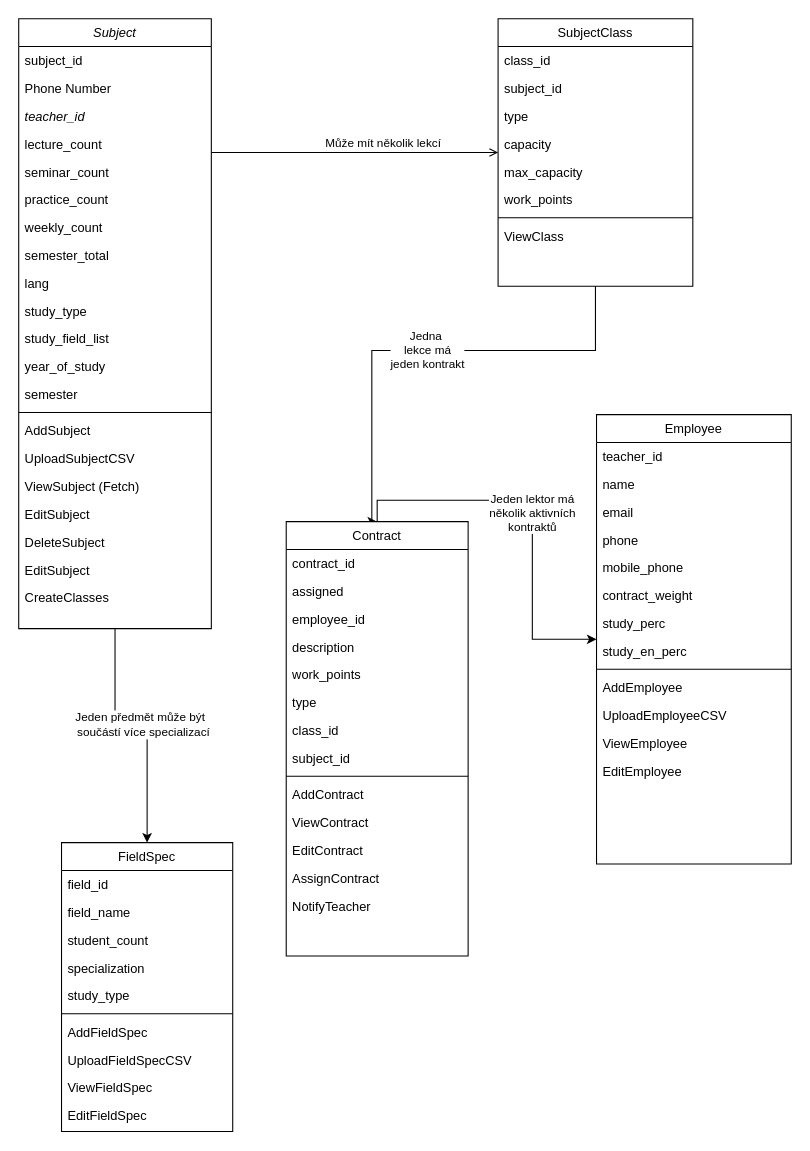
Earlier version of the draw.io diagram preparation/UTBproject.drawio (zisito/utbpo). Source tidied: cells renumbered, new cells numbered last; positions are measured from the earlier drawing's top-left corner, leaving out a move shared by most shapes. Both pictures are drawn from the tidied source at 107%, with x=0, y=0 at pixel (18, 18).
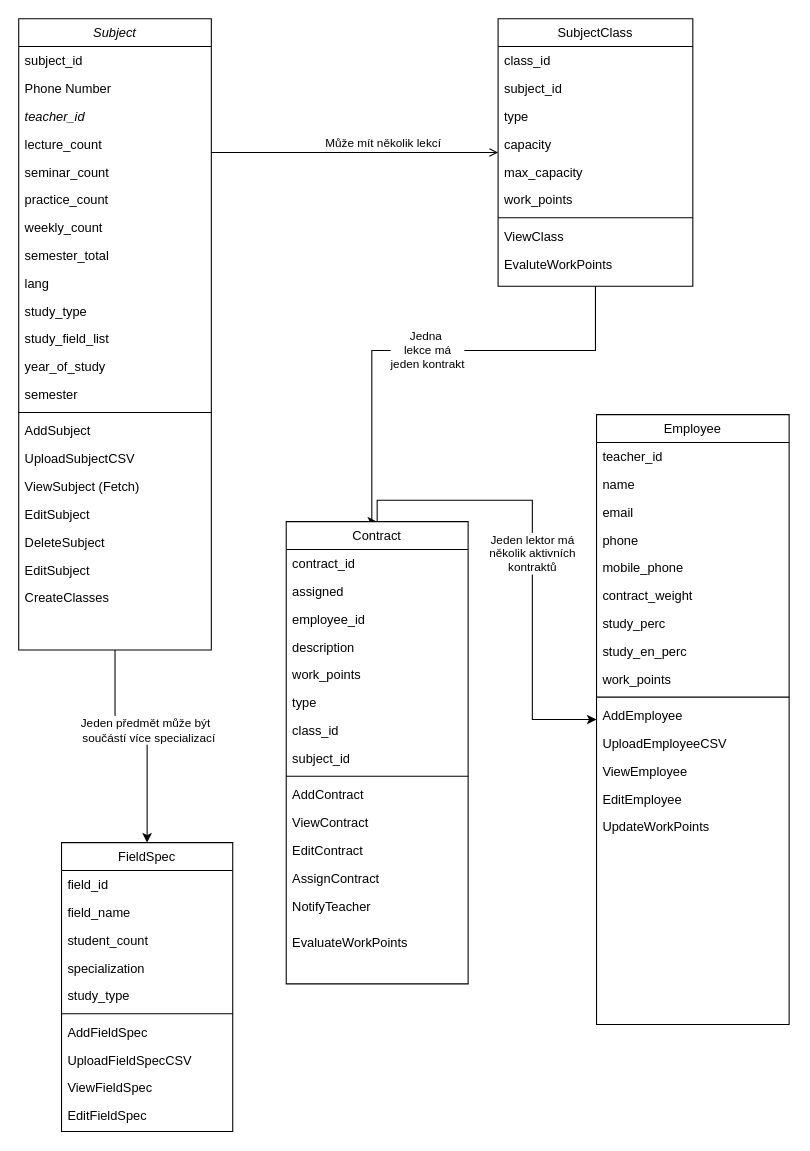
The same page after the edit.

The change refers to these unchanged cells:
```xml
<mxCell id="36" value="SubjectClass" style="swimlane;fontStyle=0;align=center;verticalAlign=top;horizontal=1;startSize=26;rounded=0;shadow=0;strokeWidth=1;" parent="1" vertex="1">
  <mxGeometry x="448" width="182" height="250" as="geometry" />
</mxCell>
```

Diff of the diagram source:
```diff
@@
     <mxCell id="2" value="Subject" style="swimlane;fontStyle=2;align=center;verticalAlign=top;horizontal=1;startSize=26;rounded=0;shadow=0;strokeWidth=1;" parent="1" vertex="1">
-      <mxGeometry width="180" height="570" as="geometry" />
+      <mxGeometry width="180" height="590" as="geometry" />
     </mxCell>
@@
+    <mxCell id="79" value="EvaluteWorkPoints" style="text;align=left;verticalAlign=top;spacingLeft=4;spacingRight=4;overflow=hidden;" parent="36" vertex="1">
+      <mxGeometry y="216" width="182" height="26" as="geometry" />
+    </mxCell>
@@
     <mxCell id="49" value="Employee" style="swimlane;fontStyle=0;align=center;verticalAlign=top;horizontal=1;startSize=26;rounded=0;shadow=0;strokeWidth=1;" parent="1" vertex="1">
-      <mxGeometry x="540" y="370" width="182" height="420" as="geometry" />
+      <mxGeometry x="540" y="370" width="180" height="570" as="geometry" />
     </mxCell>
     <mxCell id="50" value="teacher_id" style="text;align=left;verticalAlign=top;spacingLeft=4;spacingRight=4;overflow=hidden;" parent="49" vertex="1">
-      <mxGeometry y="26" width="182" height="26" as="geometry" />
+      <mxGeometry y="26" width="180" height="26" as="geometry" />
     </mxCell>
     <mxCell id="51" value="name" style="text;align=left;verticalAlign=top;spacingLeft=4;spacingRight=4;overflow=hidden;rounded=0;shadow=0;html=0;" parent="49" vertex="1">
-      <mxGeometry y="52" width="182" height="26" as="geometry" />
+      <mxGeometry y="52" width="180" height="26" as="geometry" />
     </mxCell>
     <mxCell id="52" value="email" style="text;align=left;verticalAlign=top;spacingLeft=4;spacingRight=4;overflow=hidden;rounded=0;shadow=0;html=0;" parent="49" vertex="1">
-      <mxGeometry y="78" width="182" height="26" as="geometry" />
+      <mxGeometry y="78" width="180" height="26" as="geometry" />
     </mxCell>
     <mxCell id="53" value="phone" style="text;align=left;verticalAlign=top;spacingLeft=4;spacingRight=4;overflow=hidden;rounded=0;shadow=0;html=0;" parent="49" vertex="1">
-      <mxGeometry y="104" width="182" height="26" as="geometry" />
+      <mxGeometry y="104" width="180" height="26" as="geometry" />
     </mxCell>
     <mxCell id="54" value="mobile_phone" style="text;align=left;verticalAlign=top;spacingLeft=4;spacingRight=4;overflow=hidden;rounded=0;shadow=0;html=0;" parent="49" vertex="1">
-      <mxGeometry y="130" width="182" height="26" as="geometry" />
+      <mxGeometry y="130" width="180" height="26" as="geometry" />
     </mxCell>
     <mxCell id="55" value="contract_weight" style="text;align=left;verticalAlign=top;spacingLeft=4;spacingRight=4;overflow=hidden;" parent="49" vertex="1">
-      <mxGeometry y="156" width="182" height="26" as="geometry" />
+      <mxGeometry y="156" width="180" height="26" as="geometry" />
     </mxCell>
     <mxCell id="56" value="study_perc" style="text;align=left;verticalAlign=top;spacingLeft=4;spacingRight=4;overflow=hidden;" parent="49" vertex="1">
-      <mxGeometry y="182" width="182" height="26" as="geometry" />
+      <mxGeometry y="182" width="180" height="26" as="geometry" />
     </mxCell>
     <mxCell id="57" value="study_en_perc" style="text;align=left;verticalAlign=top;spacingLeft=4;spacingRight=4;overflow=hidden;" parent="49" vertex="1">
-      <mxGeometry y="208" width="182" height="26" as="geometry" />
+      <mxGeometry y="208" width="180" height="26" as="geometry" />
     </mxCell>
+    <mxCell id="80" value="work_points" style="text;align=left;verticalAlign=top;spacingLeft=4;spacingRight=4;overflow=hidden;" parent="49" vertex="1">
+      <mxGeometry y="234" width="180" height="26" as="geometry" />
+    </mxCell>
     <mxCell id="58" style="line;html=1;strokeWidth=1;align=left;verticalAlign=middle;spacingTop=-1;spacingLeft=3;spacingRight=3;labelPosition=right;" parent="49" vertex="1">
-      <mxGeometry y="234" width="182" height="8" as="geometry" />
+      <mxGeometry y="260" width="180" height="8" as="geometry" />
     </mxCell>
     <mxCell id="59" value="AddEmployee" style="text;align=left;verticalAlign=top;spacingLeft=4;spacingRight=4;overflow=hidden;" parent="49" vertex="1">
-      <mxGeometry y="242" width="182" height="26" as="geometry" />
+      <mxGeometry y="268" width="180" height="26" as="geometry" />
     </mxCell>
     <mxCell id="60" value="UploadEmployeeCSV" style="text;align=left;verticalAlign=top;spacingLeft=4;spacingRight=4;overflow=hidden;" parent="49" vertex="1">
-      <mxGeometry y="268" width="182" height="26" as="geometry" />
+      <mxGeometry y="294" width="180" height="26" as="geometry" />
     </mxCell>
     <mxCell id="61" value="ViewEmployee" style="text;align=left;verticalAlign=top;spacingLeft=4;spacingRight=4;overflow=hidden;" parent="49" vertex="1">
-      <mxGeometry y="294" width="182" height="26" as="geometry" />
+      <mxGeometry y="320" width="180" height="26" as="geometry" />
     </mxCell>
     <mxCell id="62" value="EditEmployee" style="text;align=left;verticalAlign=top;spacingLeft=4;spacingRight=4;overflow=hidden;" parent="49" vertex="1">
-      <mxGeometry y="320" width="182" height="26" as="geometry" />
+      <mxGeometry y="346" width="180" height="26" as="geometry" />
     </mxCell>
+    <mxCell id="81" value="UpdateWorkPoints" style="text;align=left;verticalAlign=top;spacingLeft=4;spacingRight=4;overflow=hidden;" parent="49" vertex="1">
+      <mxGeometry y="372" width="180" height="26" as="geometry" />
+    </mxCell>
     <mxCell id="63" value="Contract" style="swimlane;fontStyle=0;align=center;verticalAlign=top;horizontal=1;startSize=26;rounded=0;shadow=0;strokeWidth=1;" parent="1" vertex="1">
-      <mxGeometry x="250" y="470" width="170" height="406" as="geometry" />
+      <mxGeometry x="250" y="470" width="170" height="432" as="geometry" />
     </mxCell>
@@
     <mxCell id="77" value="NotifyTeacher" style="text;align=left;verticalAlign=top;spacingLeft=4;spacingRight=4;overflow=hidden;" parent="63" vertex="1">
-      <mxGeometry y="346" width="170" height="60" as="geometry" />
+      <mxGeometry y="346" width="170" height="34" as="geometry" />
     </mxCell>
+    <mxCell id="82" value="EvaluateWorkPoints" style="text;align=left;verticalAlign=top;spacingLeft=4;spacingRight=4;overflow=hidden;" parent="63" vertex="1">
+      <mxGeometry y="380" width="170" height="26" as="geometry" />
+    </mxCell>
```
